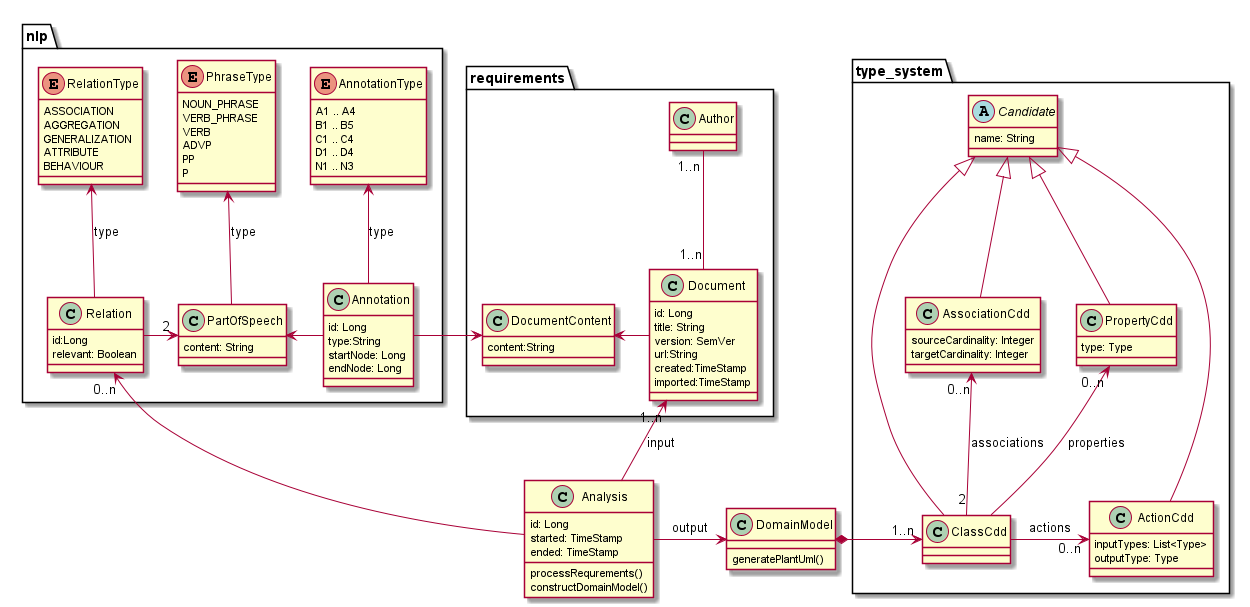
Earlier version of the PlantUML export docs/DomoxClassDiagram.png (joerg-rade/domox). The source it was exported from:
```plantuml
@startuml

package requirements {
    class Author {
    }
    class Document {
        id: Long
        title: String
        version: SemVer
        url:String
        created:TimeStamp
        imported:TimeStamp
    }
    Document "1..n" -up- "1..n" Author

    class DocumentContent {
        content:String
    }
    Document -left-> DocumentContent
}

class Analysis {
    id: Long
    started: TimeStamp
    ended: TimeStamp
    processRequrements()
    constructDomainModel()
}

class DomainModel {
    generatePlantUml()
}

package type_system {
    abstract class Candidate {
        name: String
    }
    class ClassCdd extends Candidate {}
    class PropertyCdd extends Candidate {
        type: Type
    }
    class ActionCdd extends Candidate {
        inputTypes: List<Type>
        outputType: Type
    }
    class AssociationCdd extends Candidate {
        sourceCardinality: Integer
        targetCardinality: Integer
    }
    ClassCdd -up-> "0..n" PropertyCdd : properties
    ClassCdd -> "0..n" ActionCdd : actions
    ClassCdd "2" -up-> "0..n" AssociationCdd : associations
}
DomainModel *-> "1..n" ClassCdd
Analysis -> DomainModel : output
Analysis -up-> "1..n" Document : input


package nlp {
    class Annotation {
        id: Long
        type:String
        startNode: Long
        endNode: Long
    }
    enum AnnotationType {
        A1 .. A4
        B1 .. B5
        C1 .. C4
        D1 .. D4
        N1 .. N3
    }

    class Relation {
        id:Long
        relevant: Boolean
    }
    enum RelationType {
        ASSOCIATION
        AGGREGATION
        GENERALIZATION
        ATTRIBUTE
        BEHAVIOUR
    }

    class PartOfSpeech {
        content: String
    }
    enum PhraseType {
        NOUN_PHRASE
        VERB_PHRASE
        VERB
        ADVP
        PP
        P
    }

    Annotation -> DocumentContent

    Annotation -up-> AnnotationType : type
    Relation -up-> RelationType : type
    PartOfSpeech -up-> PhraseType : type

    Relation -> "2" PartOfSpeech
    Annotation -left-> PartOfSpeech
}
Analysis -> "0..n" Relation

@enduml
```
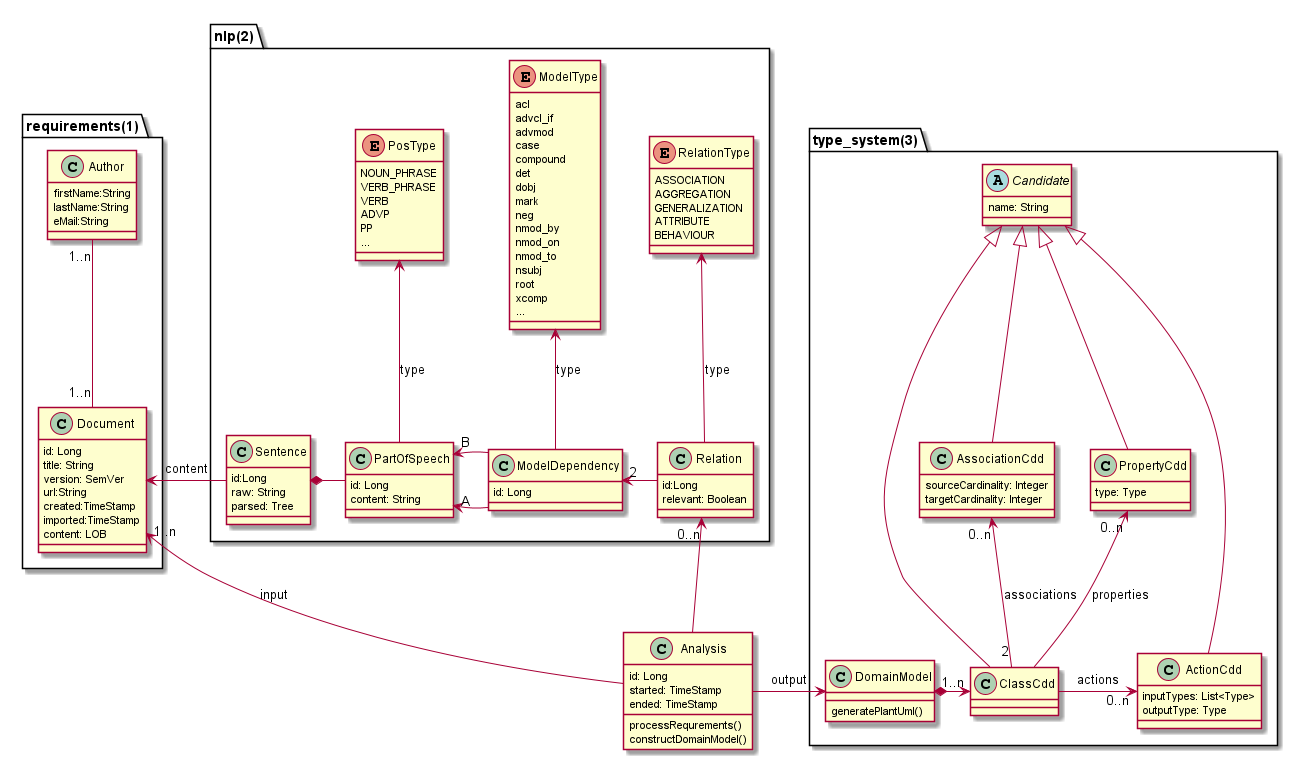
After the change.

Commit message:
README class diagram detailed

Change to the diagram source:
```diff
@@ -1,7 +1,10 @@
 @startuml
 
-package requirements {
+package requirements(1) {
     class Author {
+        firstName:String
+        lastName:String
+        eMail:String
     }
     class Document {
         id: Long
@@ -10,28 +13,77 @@
         url:String
         created:TimeStamp
         imported:TimeStamp
+        content: LOB
     }
     Document "1..n" -up- "1..n" Author
-
-    class DocumentContent {
-        content:String
-    }
-    Document -left-> DocumentContent
 }
 
-class Analysis {
-    id: Long
-    started: TimeStamp
-    ended: TimeStamp
-    processRequrements()
-    constructDomainModel()
+package nlp(2) {
+    class Sentence {
+        id:Long
+        raw: String
+        parsed: Tree
+    }
+
+    class PartOfSpeech {
+        id: Long
+        content: String
+    }
+    enum PosType {
+        NOUN_PHRASE
+        VERB_PHRASE
+        VERB
+        ADVP
+        PP
+        ...
+    }
+    Sentence *- PartOfSpeech
+
+    enum ModelType{
+        acl
+        advcl_if
+        advmod
+        case
+        compound
+        det
+        dobj
+        mark
+        neg
+        nmod_by
+        nmod_on
+        nmod_to
+        nsubj
+        root
+        xcomp
+        ...
+    }
+
+    class ModelDependency {
+        id: Long
+    }
+    ModelDependency -up-> ModelType : type
+
+    class Relation {
+        id:Long
+        relevant: Boolean
+    }
+    enum RelationType {
+        ASSOCIATION
+        AGGREGATION
+        GENERALIZATION
+        ATTRIBUTE
+        BEHAVIOUR
+    }
+    Relation -up-> RelationType : type
+
+    PartOfSpeech -up-> PosType : type
+
+    ModelDependency -left-> "A" PartOfSpeech
+    ModelDependency -left-> "B" PartOfSpeech
+    Relation -left-> "2" ModelDependency
 }
 
-class DomainModel {
-    generatePlantUml()
-}
-
-package type_system {
+package type_system(3) {
     abstract class Candidate {
         name: String
     }
@@ -50,60 +102,27 @@
     ClassCdd -up-> "0..n" PropertyCdd : properties
     ClassCdd -> "0..n" ActionCdd : actions
     ClassCdd "2" -up-> "0..n" AssociationCdd : associations
+
+    class DomainModel {
+        generatePlantUml()
+    }
+
+    DomainModel *-> "1..n" ClassCdd
 }
-DomainModel *-> "1..n" ClassCdd
-Analysis -> DomainModel : output
-Analysis -up-> "1..n" Document : input
+
+Sentence -> Document : content
 
 
-package nlp {
-    class Annotation {
-        id: Long
-        type:String
-        startNode: Long
-        endNode: Long
-    }
-    enum AnnotationType {
-        A1 .. A4
-        B1 .. B5
-        C1 .. C4
-        D1 .. D4
-        N1 .. N3
-    }
+class Analysis {
+    id: Long
+    started: TimeStamp
+    ended: TimeStamp
+    processRequrements()
+    constructDomainModel()
+}
 
-    class Relation {
-        id:Long
-        relevant: Boolean
-    }
-    enum RelationType {
-        ASSOCIATION
-        AGGREGATION
-        GENERALIZATION
-        ATTRIBUTE
-        BEHAVIOUR
-    }
-
-    class PartOfSpeech {
-        content: String
-    }
-    enum PhraseType {
-        NOUN_PHRASE
-        VERB_PHRASE
-        VERB
-        ADVP
-        PP
-        P
-    }
-
-    Annotation -> DocumentContent
-
-    Annotation -up-> AnnotationType : type
-    Relation -up-> RelationType : type
-    PartOfSpeech -up-> PhraseType : type
-
-    Relation -> "2" PartOfSpeech
-    Annotation -left-> PartOfSpeech
-}
+Analysis -up-> "1..n" Document : input
 Analysis -> "0..n" Relation
+Analysis -> DomainModel : output
 
 @enduml
```
